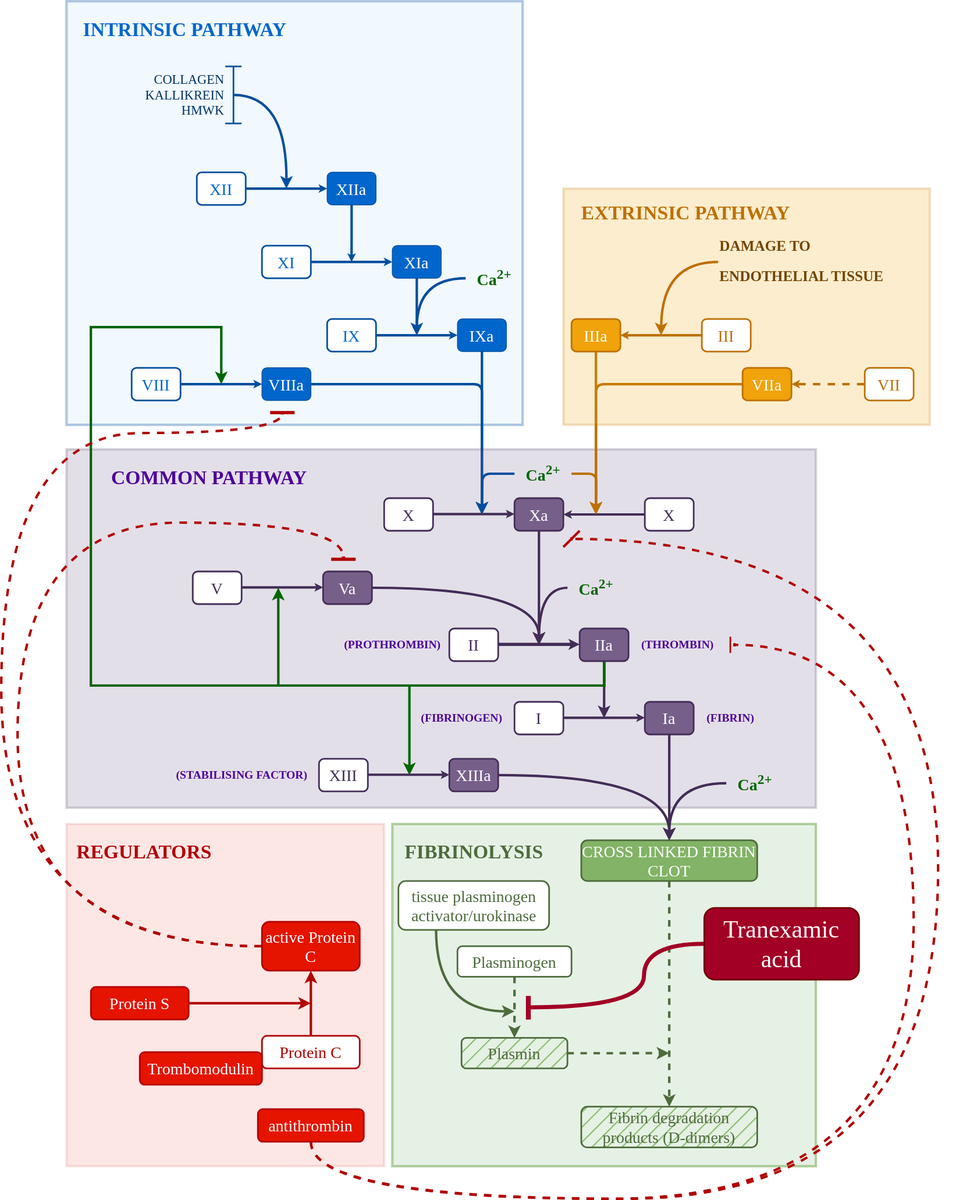
Above: images/tranexamic.drawio.svg in rmvpaeme/stolling (draw.io), before the change. Source tidied: cells renumbered, new cells last; positions are measured from the earlier drawing's top-left corner, leaving out a move shared by most shapes.
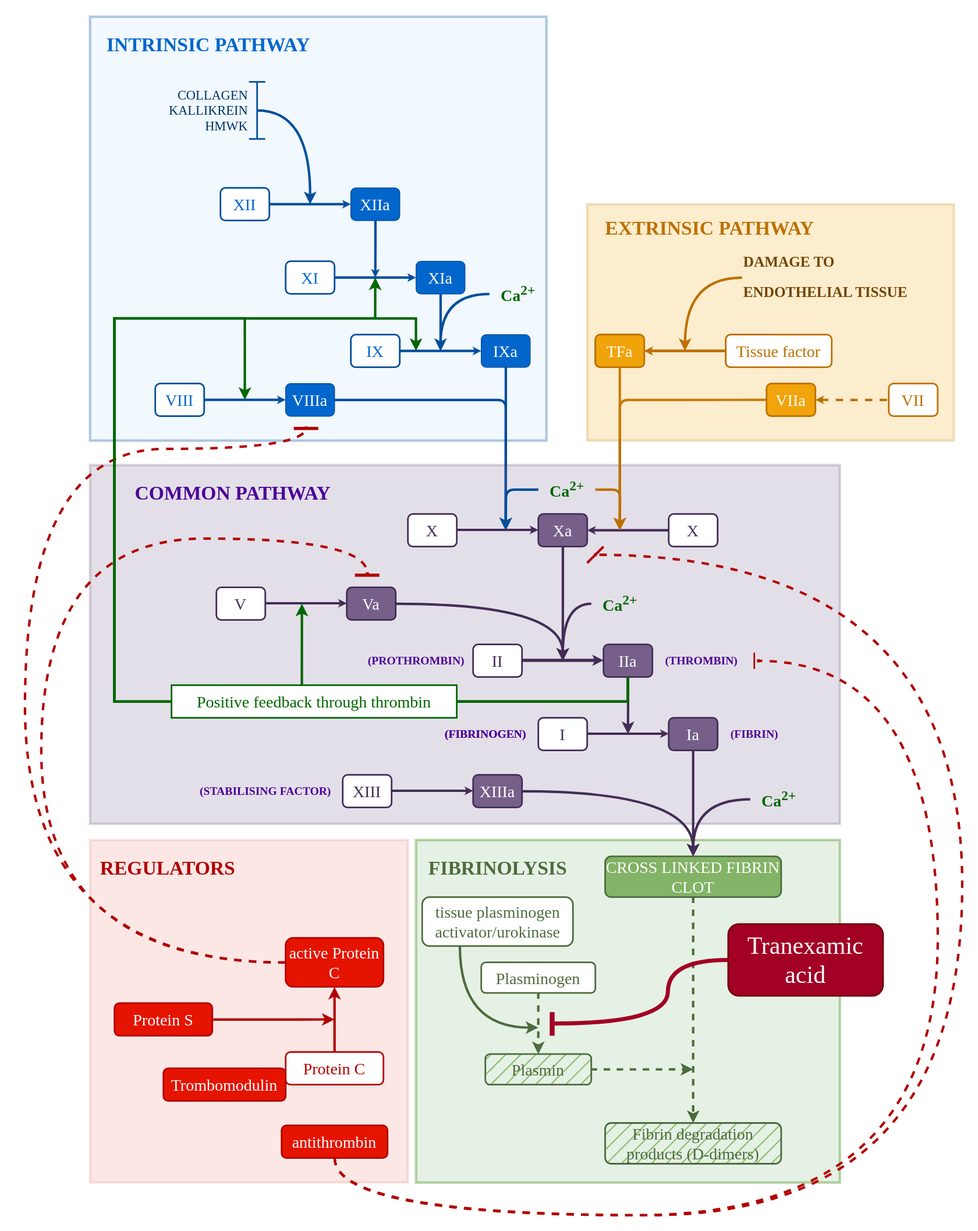
Later version of the same file.

The edit, as a diff of the source:
```diff
@@ -1,10 +1,11 @@
 <mxGraphModel>
   <root>
     <mxCell id="0" />
+    <mxCell id="109" value="frame" parent="0" />
+    <mxCell id="110" style="rounded=0;whiteSpace=wrap;html=1;fillColor=default;strokeColor=none;opacity=0;" parent="109" vertex="1">
+      <mxGeometry x="-30" y="-20" width="1200" height="1510" as="geometry" />
+    </mxCell>
     <mxCell id="1" value="tranexaminezuur" parent="0" />
-    <mxCell id="2" style="rounded=0;whiteSpace=wrap;html=1;strokeColor=none;" parent="1" vertex="1">
-      <mxGeometry x="80" width="1100" height="1430" as="geometry" />
-    </mxCell>
     <mxCell id="3" style="rounded=0;whiteSpace=wrap;html=1;fillColor=#d5e8d4;strokeColor=#82b366;opacity=60;strokeWidth=3;" parent="1" vertex="1">
       <mxGeometry x="480" y="1010" width="520" height="420" as="geometry" />
     </mxCell>
@@ -133,40 +134,11 @@
         <mxPoint x="395" y="719.5" as="targetPoint" />
       </mxGeometry>
     </mxCell>
-    <mxCell id="38" style="edgeStyle=orthogonalEdgeStyle;rounded=0;jettySize=auto;html=1;strokeWidth=3;strokeColor=#006600;flowAnimation=0;" parent="1" edge="1" source="42">
-      <mxGeometry relative="1" as="geometry">
-        <mxPoint x="340" y="720" as="targetPoint" />
-        <Array as="points">
-          <mxPoint x="740" y="840" />
-          <mxPoint x="340" y="840" />
-        </Array>
-      </mxGeometry>
-    </mxCell>
     <mxCell id="39" style="edgeStyle=orthogonalEdgeStyle;rounded=0;jettySize=auto;html=1;strokeWidth=3;strokeColor=#432D57;flowAnimation=0;" parent="1" edge="1" source="42">
       <mxGeometry relative="1" as="geometry">
         <mxPoint x="740" y="880" as="targetPoint" />
       </mxGeometry>
     </mxCell>
-    <mxCell id="40" style="edgeStyle=orthogonalEdgeStyle;rounded=0;jettySize=auto;html=1;strokeWidth=3;strokeColor=#006600;flowAnimation=0;" parent="1" edge="1" source="42">
-      <mxGeometry relative="1" as="geometry">
-        <mxPoint x="270" y="470" as="targetPoint" />
-        <Array as="points">
-          <mxPoint x="740" y="840" />
-          <mxPoint x="110" y="840" />
-          <mxPoint x="110" y="400" />
-          <mxPoint x="270" y="400" />
-        </Array>
-      </mxGeometry>
-    </mxCell>
-    <mxCell id="41" style="edgeStyle=orthogonalEdgeStyle;rounded=0;jettySize=auto;html=1;strokeWidth=3;strokeColor=#006600;flowAnimation=0;" parent="1" edge="1" source="42">
-      <mxGeometry relative="1" as="geometry">
-        <mxPoint x="500" y="950" as="targetPoint" />
-        <Array as="points">
-          <mxPoint x="740" y="840" />
-          <mxPoint x="501" y="840" />
-        </Array>
-      </mxGeometry>
-    </mxCell>
     <mxCell id="42" value="&lt;font face=&quot;Tahoma&quot;&gt;&lt;span style=&quot;font-size: 20px;&quot;&gt;IIa&lt;/span&gt;&lt;/font&gt;" style="rounded=1;whiteSpace=wrap;html=1;fillColor=#76608a;fontColor=#ffffff;strokeColor=#432D57;strokeWidth=2;" parent="1" vertex="1">
       <mxGeometry x="710" y="770" width="60" height="40" as="geometry" />
     </mxCell>
@@ -455,5 +427,66 @@
     <mxCell id="108" style="line;strokeWidth=6;direction=south;html=1;strokeColor=#A20025;" parent="1" vertex="1">
       <mxGeometry x="642" y="1221" width="10" height="29" as="geometry" />
     </mxCell>
+    <mxCell id="111" style="edgeStyle=orthogonalEdgeStyle;rounded=0;orthogonalLoop=1;jettySize=auto;html=1;strokeWidth=3;strokeColor=#006600;flowAnimation=0;" parent="1" edge="1">
+      <mxGeometry relative="1" as="geometry">
+        <mxPoint x="739.9" y="810" as="sourcePoint" />
+        <mxPoint x="339.9" y="720" as="targetPoint" />
+        <Array as="points">
+          <mxPoint x="739.9" y="840" />
+          <mxPoint x="339.9" y="840" />
+        </Array>
+      </mxGeometry>
+    </mxCell>
+    <mxCell id="112" style="edgeStyle=orthogonalEdgeStyle;rounded=0;orthogonalLoop=1;jettySize=auto;html=1;strokeWidth=3;strokeColor=#006600;flowAnimation=0;" parent="1" edge="1">
+      <mxGeometry relative="1" as="geometry">
+        <mxPoint x="739.9" y="810" as="sourcePoint" />
+        <mxPoint x="269.9" y="470" as="targetPoint" />
+        <Array as="points">
+          <mxPoint x="739.9" y="840" />
+          <mxPoint x="109.9" y="840" />
+          <mxPoint x="109.9" y="370" />
+          <mxPoint x="269.9" y="370" />
+        </Array>
+      </mxGeometry>
+    </mxCell>
+    <mxCell id="113" style="edgeStyle=orthogonalEdgeStyle;rounded=0;orthogonalLoop=1;jettySize=auto;html=1;strokeColor=#006600;strokeWidth=3;align=center;verticalAlign=middle;fontFamily=Helvetica;fontSize=11;fontColor=default;labelBackgroundColor=default;endArrow=classic;flowAnimation=0;" parent="1" edge="1">
+      <mxGeometry relative="1" as="geometry">
+        <mxPoint x="739.9" y="810" as="sourcePoint" />
+        <mxPoint x="429.9" y="320" as="targetPoint" />
+        <Array as="points">
+          <mxPoint x="739.9" y="840" />
+          <mxPoint x="109.9" y="840" />
+          <mxPoint x="109.9" y="370" />
+          <mxPoint x="429.9" y="370" />
+        </Array>
+      </mxGeometry>
+    </mxCell>
+    <mxCell id="114" style="edgeStyle=orthogonalEdgeStyle;rounded=0;orthogonalLoop=1;jettySize=auto;html=1;strokeColor=#006600;strokeWidth=3;align=center;verticalAlign=middle;fontFamily=Helvetica;fontSize=11;fontColor=default;labelBackgroundColor=default;endArrow=classic;flowAnimation=0;" parent="1" edge="1">
+      <mxGeometry relative="1" as="geometry">
+        <mxPoint x="739.9" y="810" as="sourcePoint" />
+        <mxPoint x="479.9" y="410" as="targetPoint" />
+        <Array as="points">
+          <mxPoint x="739.9" y="840" />
+          <mxPoint x="109.9" y="840" />
+          <mxPoint x="109.9" y="370" />
+          <mxPoint x="479.9" y="370" />
+        </Array>
+      </mxGeometry>
+    </mxCell>
+    <mxCell id="115" value="&lt;h3&gt;&lt;font face=&quot;Tahoma&quot; color=&quot;#4c0099&quot;&gt;(FIBRINOGEN)&lt;/font&gt;&lt;/h3&gt;" style="text;html=1;align=center;verticalAlign=middle;strokeColor=none;fillColor=none;fontColor=#0066cc;" parent="1" vertex="1">
+      <mxGeometry x="499.9" y="850" width="130" height="60" as="geometry" />
+    </mxCell>
+    <mxCell id="116" value="Positive feedback through thrombin" style="rounded=0;whiteSpace=wrap;html=1;strokeColor=#006600;strokeWidth=2;align=center;verticalAlign=middle;fontFamily=Tahoma;fontSize=20;fontColor=#006600;fillColor=default;fillStyle=auto;" parent="1" vertex="1">
+      <mxGeometry x="179.9" y="820" width="350" height="40" as="geometry" />
+    </mxCell>
+    <mxCell id="117" value="&lt;font color=&quot;#ffffff&quot;&gt;&lt;span style=&quot;font-size: 20px;&quot;&gt;TFa&lt;/span&gt;&lt;/font&gt;" style="rounded=1;whiteSpace=wrap;html=1;fillColor=#f0a30a;fontColor=#000000;strokeColor=#BD7000;strokeWidth=2;fontFamily=Tahoma;" parent="1" vertex="1">
+      <mxGeometry x="700" y="390" width="60" height="40" as="geometry" />
+    </mxCell>
+    <mxCell id="118" value="&lt;font face=&quot;Tahoma&quot;&gt;&lt;span style=&quot;font-size: 20px;&quot;&gt;Tissue factor&lt;/span&gt;&lt;/font&gt;" style="rounded=1;whiteSpace=wrap;html=1;strokeWidth=2;strokeColor=#BD7000;fontColor=#BD7000;" parent="1" vertex="1">
+      <mxGeometry x="860" y="390" width="130" height="40" as="geometry" />
+    </mxCell>
+    <mxCell id="119" style="edgeStyle=orthogonalEdgeStyle;rounded=0;jettySize=auto;html=1;strokeWidth=3;strokeColor=#BD7000;flowAnimation=0;shadow=0;endSize=1;startSize=1;jumpSize=6;entryX=1;entryY=0.5;entryDx=0;entryDy=0;exitX=0;exitY=0.5;exitDx=0;exitDy=0;fontColor=#BD7000;" parent="1" edge="1" source="118" target="117">
+      <mxGeometry relative="1" as="geometry" />
+    </mxCell>
   </root>
 </mxGraphModel>
```
